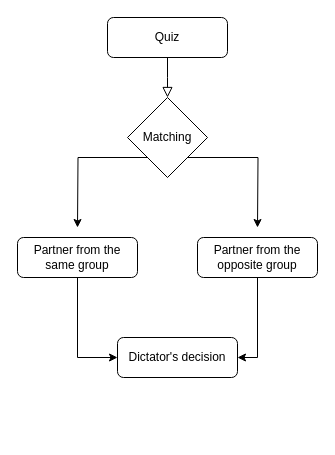
Above: page "baseline1" (1 of 3) of Untitled Diagram.drawio in chapkovski/bigfive (draw.io), before the change. Source tidied: cells renumbered, new cells numbered last; positions are measured from the earlier drawing's top-left corner, leaving out a move shared by most shapes. Both pictures are drawn from the tidied source at 100%, with x=0, y=0 at pixel (17, 17).
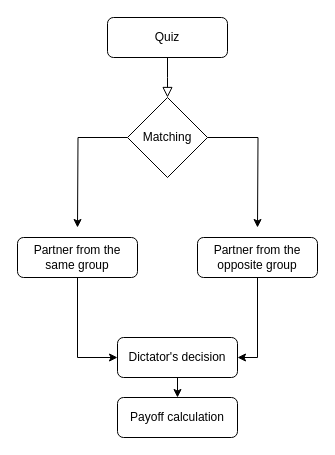
Above is the later version.

What changed in the source:
```diff
@@
 <mxGraphModel>
   <root>
     <mxCell id="0" />
     <mxCell id="1" parent="0" />
     <mxCell id="2" style="rounded=0;html=1;jettySize=auto;fontSize=11;endArrow=block;endFill=0;endSize=8;strokeWidth=1;shadow=0;labelBackgroundColor=none;edgeStyle=orthogonalEdgeStyle;" parent="1" edge="1" source="3">
       <mxGeometry relative="1" as="geometry">
         <mxPoint x="150" y="80" as="targetPoint" />
       </mxGeometry>
     </mxCell>
     <mxCell id="3" value="Quiz" style="rounded=1;whiteSpace=wrap;html=1;fontSize=12;glass=0;strokeWidth=1;shadow=0;" parent="1" vertex="1">
       <mxGeometry x="90" width="120" height="40" as="geometry" />
     </mxCell>
     <mxCell id="4" style="edgeStyle=orthogonalEdgeStyle;rounded=0;jettySize=auto;html=1;entryX=1;entryY=0.5;entryDx=0;entryDy=0;" parent="1" edge="1" source="5" target="6">
       <mxGeometry relative="1" as="geometry" />
     </mxCell>
     <mxCell id="5" value="Partner from the opposite group" style="rounded=1;whiteSpace=wrap;html=1;fontSize=12;glass=0;strokeWidth=1;shadow=0;" parent="1" vertex="1">
       <mxGeometry x="180" y="220" width="120" height="40" as="geometry" />
     </mxCell>
+    <mxCell id="12" style="edgeStyle=orthogonalEdgeStyle;rounded=0;jettySize=auto;html=1;exitX=0.5;exitY=1;exitDx=0;exitDy=0;entryX=0.5;entryY=0;entryDx=0;entryDy=0;" parent="1" edge="1" source="6" target="13">
+      <mxGeometry relative="1" as="geometry" />
+    </mxCell>
     <mxCell id="6" value="Dictator's decision" style="rounded=1;whiteSpace=wrap;html=1;fontSize=12;glass=0;strokeWidth=1;shadow=0;" parent="1" vertex="1">
       <mxGeometry x="100" y="320" width="120" height="40" as="geometry" />
     </mxCell>
-    <mxCell id="7" style="edgeStyle=orthogonalEdgeStyle;rounded=0;jettySize=auto;html=1;exitX=0;exitY=1;exitDx=0;exitDy=0;" parent="1" edge="1" source="9">
+    <mxCell id="7" style="edgeStyle=orthogonalEdgeStyle;rounded=0;jettySize=auto;html=1;exitX=0;exitY=0.5;exitDx=0;exitDy=0;" parent="1" edge="1" source="9">
       <mxGeometry relative="1" as="geometry">
         <mxPoint x="60" y="210" as="targetPoint" />
       </mxGeometry>
     </mxCell>
-    <mxCell id="8" style="edgeStyle=orthogonalEdgeStyle;rounded=0;jettySize=auto;html=1;exitX=1;exitY=1;exitDx=0;exitDy=0;" parent="1" edge="1" source="9">
+    <mxCell id="8" style="edgeStyle=orthogonalEdgeStyle;rounded=0;jettySize=auto;html=1;exitX=1;exitY=0.5;exitDx=0;exitDy=0;" parent="1" edge="1" source="9">
       <mxGeometry relative="1" as="geometry">
         <mxPoint x="240" y="210" as="targetPoint" />
       </mxGeometry>
     </mxCell>
     <mxCell id="9" value="Matching" style="rhombus;whiteSpace=wrap;html=1;" parent="1" vertex="1">
       <mxGeometry x="110" y="80" width="80" height="80" as="geometry" />
     </mxCell>
     <mxCell id="10" style="edgeStyle=orthogonalEdgeStyle;rounded=0;jettySize=auto;html=1;exitX=0.5;exitY=1;exitDx=0;exitDy=0;entryX=0;entryY=0.5;entryDx=0;entryDy=0;" parent="1" edge="1" source="11" target="6">
       <mxGeometry relative="1" as="geometry" />
     </mxCell>
     <mxCell id="11" value="Partner from the same group" style="rounded=1;whiteSpace=wrap;html=1;fontSize=12;glass=0;strokeWidth=1;shadow=0;" parent="1" vertex="1">
       <mxGeometry y="220" width="120" height="40" as="geometry" />
     </mxCell>
+    <mxCell id="13" value="Payoff calculation" style="rounded=1;whiteSpace=wrap;html=1;fontSize=12;glass=0;strokeWidth=1;shadow=0;" parent="1" vertex="1">
+      <mxGeometry x="100" y="380" width="120" height="40" as="geometry" />
+    </mxCell>
   </root>
 </mxGraphModel>
```
